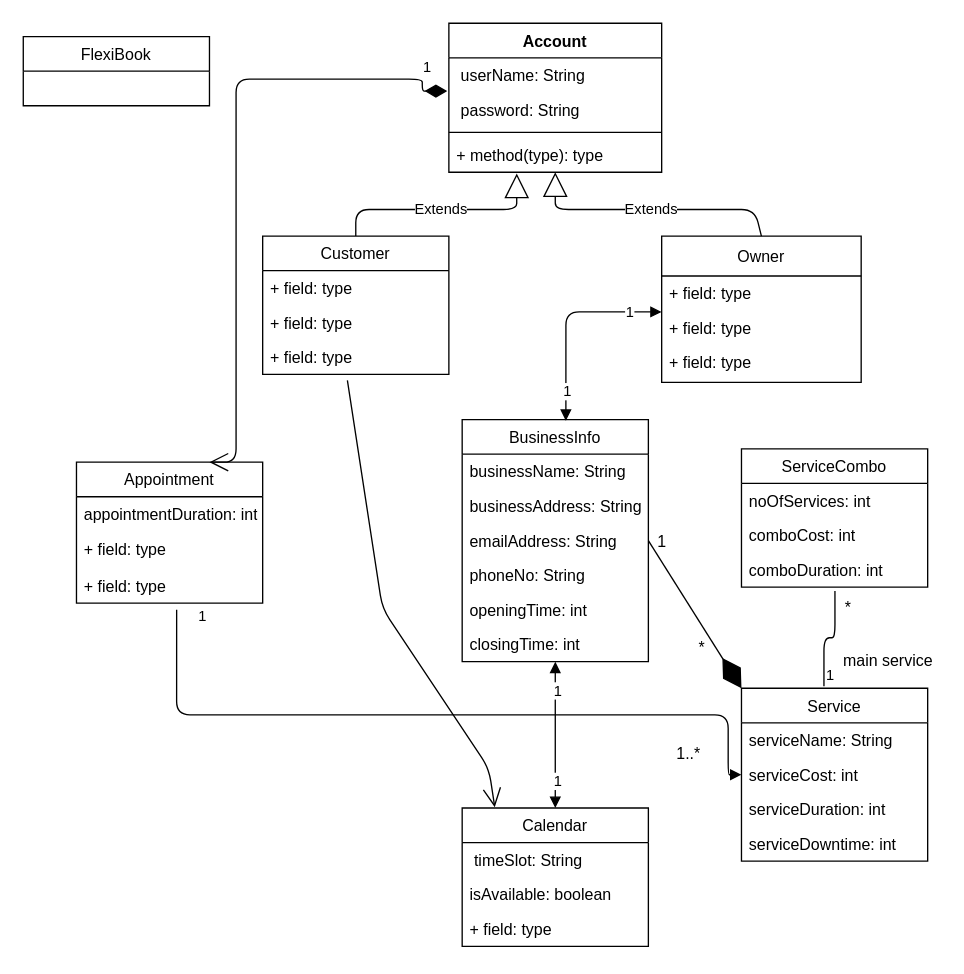
Earlier version of the draw.io diagram FlexiBook.drawio (chivatam/FlexiBook). Source tidied: cells renumbered, new cells numbered last; positions are measured from the earlier drawing's top-left corner, leaving out a move shared by most shapes. Both pictures are drawn from the tidied source at 133%, with x=0, y=0 at pixel (23, 23).
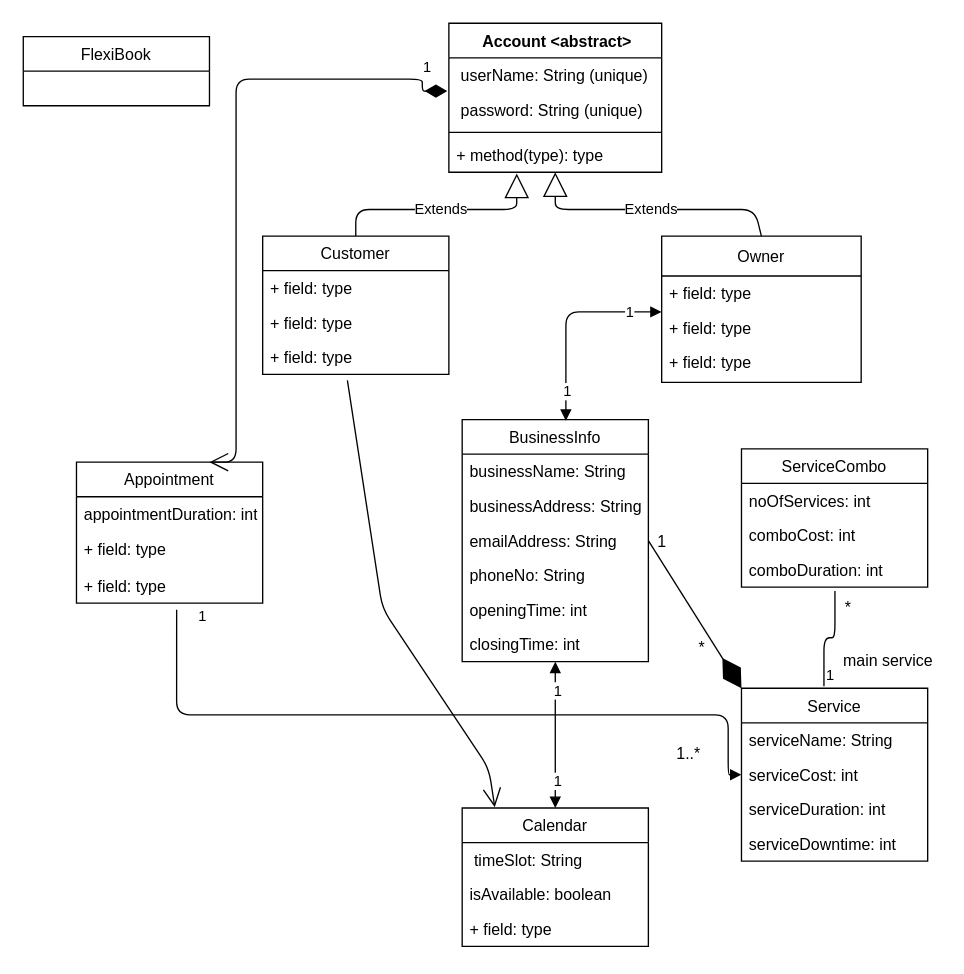
Above is the later version.

What changed in the source:
```diff
@@
-    <mxCell id="11" value="Account&#10;" style="swimlane;fontStyle=1;align=center;verticalAlign=top;horizontal=1;startSize=26;" parent="1" vertex="1">
+    <mxCell id="11" value=" Account &lt;abstract&gt;" style="swimlane;fontStyle=1;align=center;verticalAlign=top;horizontal=1;startSize=26;" parent="1" vertex="1">
       <mxGeometry x="320" width="160" height="112" as="geometry" />
     </mxCell>
-    <mxCell id="12" value=" userName: String" style="text;strokeColor=none;fillColor=none;align=left;verticalAlign=top;spacingLeft=4;spacingRight=4;overflow=hidden;" parent="11" vertex="1">
+    <mxCell id="12" value=" userName: String (unique)" style="text;strokeColor=none;fillColor=none;align=left;verticalAlign=top;spacingLeft=4;spacingRight=4;overflow=hidden;" parent="11" vertex="1">
       <mxGeometry y="26" width="160" height="26" as="geometry" />
     </mxCell>
@@
-    <mxCell id="14" value=" password: String" style="text;strokeColor=none;fillColor=none;align=left;verticalAlign=top;spacingLeft=4;spacingRight=4;overflow=hidden;points=[[0,0.5],[1,0.5]];portConstraint=eastwest;" parent="11" vertex="1">
+    <mxCell id="14" value=" password: String (unique)" style="text;strokeColor=none;fillColor=none;align=left;verticalAlign=top;spacingLeft=4;spacingRight=4;overflow=hidden;points=[[0,0.5],[1,0.5]];portConstraint=eastwest;" parent="11" vertex="1">
       <mxGeometry y="52" width="160" height="26" as="geometry" />
     </mxCell>
```
